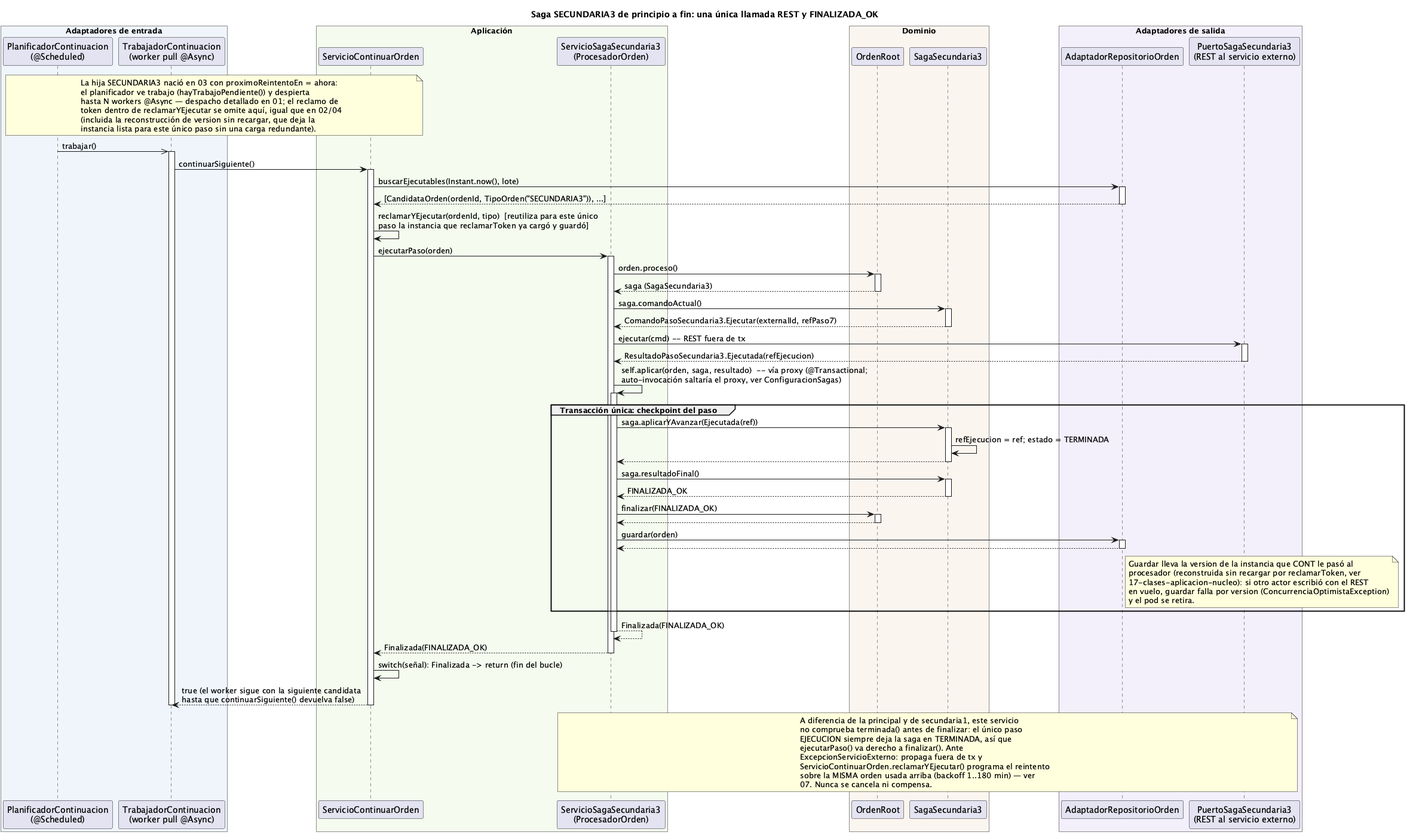
Before: order-manager/docs/06-saga-secundaria3.png, a diagram exported from PlantUML (ralcazar/patrones).
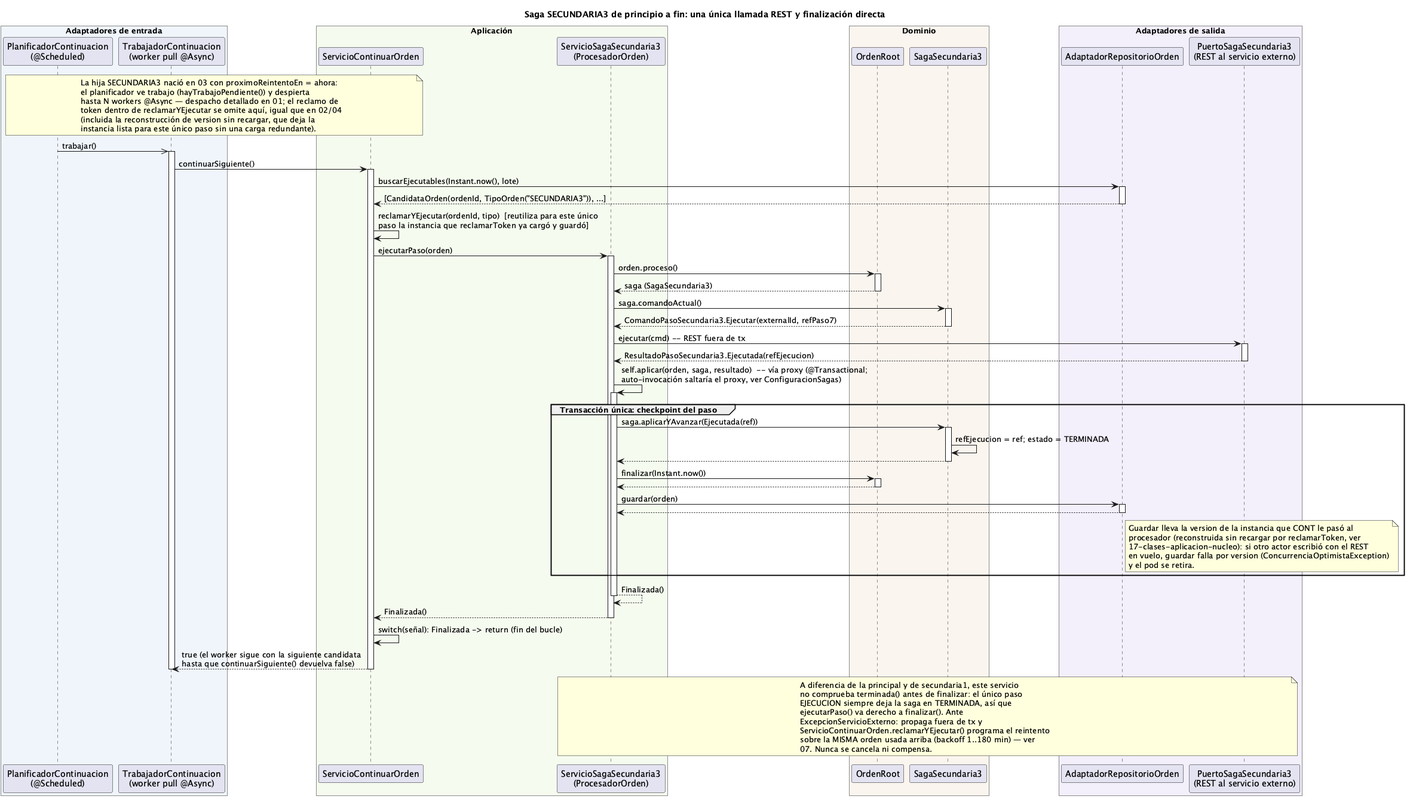
The same file after the commit.

Change to the diagram source:
```diff
@@ -1,5 +1,5 @@
 @startuml 06-saga-secundaria3
-title Saga SECUNDARIA3 de principio a fin: una única llamada REST y FINALIZADA_OK
+title Saga SECUNDARIA3 de principio a fin: una única llamada REST y finalización directa
 
 box "Adaptadores de entrada" #EFF5FB
   participant "PlanificadorContinuacion\n(@Scheduled)" as PLAN
@@ -45,9 +45,7 @@
   ORQ -> SAGA ++ : saga.aplicarYAvanzar(Ejecutada(ref))
   SAGA -> SAGA : refEjecucion = ref; estado = TERMINADA
   return
-  ORQ -> SAGA ++ : saga.resultadoFinal()
-  return FINALIZADA_OK
-  ORQ -> ORDEN ++ : finalizar(FINALIZADA_OK)
+  ORQ -> ORDEN ++ : finalizar(Instant.now())
   return
   ORQ -> REPO ++ : guardar(orden)
   return
@@ -59,8 +57,8 @@
     y el pod se retira.
   end note
 end
-return Finalizada(FINALIZADA_OK)
-return Finalizada(FINALIZADA_OK)
+return Finalizada()
+return Finalizada()
 CONT -> CONT : switch(señal): Finalizada -> return (fin del bucle)
 return true (el worker sigue con la siguiente candidata\nhasta que continuarSiguiente() devuelva false)
 deactivate TRAB
```
